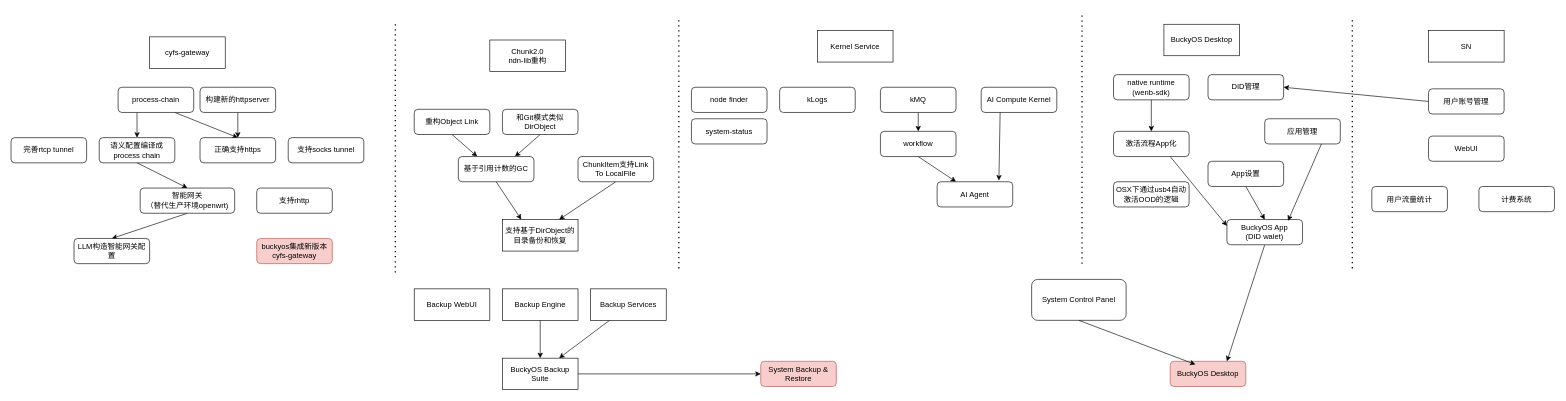
Above: doc/Beta1 plan.drawio in buckyos/buckyos (draw.io), before the change. Source tidied: cells renumbered, new cells numbered last; positions are measured from the earlier drawing's top-left corner, leaving out a move shared by most shapes. Both pictures are drawn from the tidied source at 63%, with x=0, y=0 at pixel (11, 14).
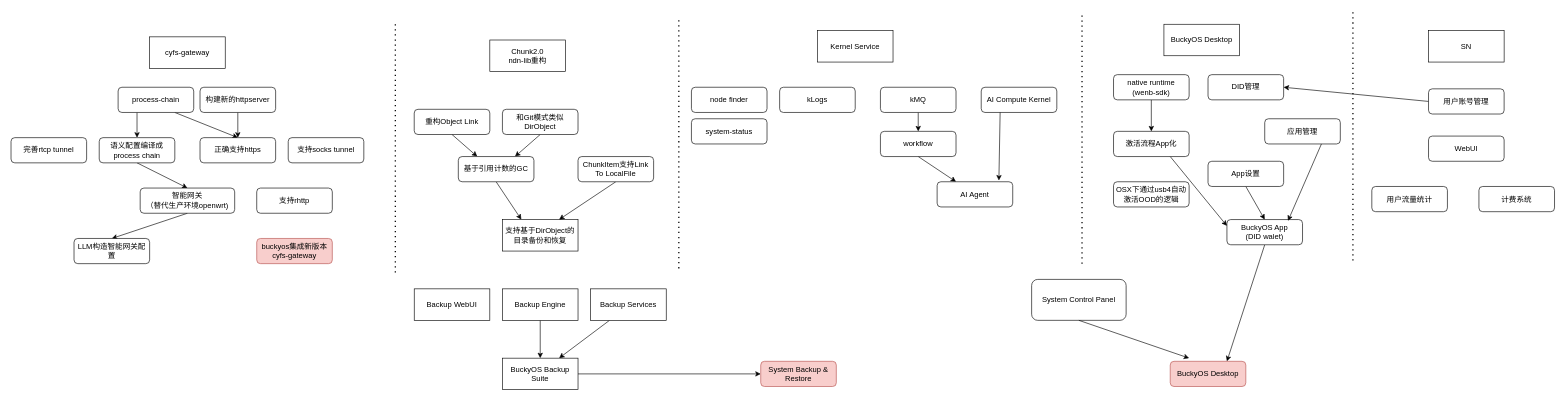
Above is the later version.

Unchanged cells that the change refers to:
```xml
<mxCell id="65" value="System Control Panel" style="rounded=1;whiteSpace=wrap;html=1;" parent="1" vertex="1">
  <mxGeometry x="1620" y="420" width="150" height="65" as="geometry" />
</mxCell>
<mxCell id="70" value="BuckyOS Desktop" style="rounded=1;whiteSpace=wrap;html=1;fillColor=#f8cecc;strokeColor=#b85450;" parent="1" vertex="1">
  <mxGeometry x="1840" y="550" width="120" height="40" as="geometry" />
</mxCell>
```

Diff of the diagram source:
```diff
@@
     <mxCell id="49" style="endArrow=none;dashed=1;html=1;dashPattern=1 3;strokeWidth=2;" parent="1" edge="1">
       <mxGeometry relative="1" as="geometry">
-        <mxPoint x="2129" y="402.5" as="sourcePoint" />
-        <mxPoint x="2129" y="7.5" as="targetPoint" />
+        <mxPoint x="2130" y="390" as="sourcePoint" />
+        <mxPoint x="2130" y="-5" as="targetPoint" />
       </mxGeometry>
     </mxCell>
@@
-    <mxCell id="71" style="edgeStyle=none;html=1;exitX=0.5;exitY=1;exitDx=0;exitDy=0;entryX=0.333;entryY=0.125;entryDx=0;entryDy=0;entryPerimeter=0;" parent="1" edge="1" source="65" target="70">
-      <mxGeometry relative="1" as="geometry" />
+    <mxCell id="71" style="edgeStyle=none;html=1;exitX=0.5;exitY=1;exitDx=0;exitDy=0;" parent="1" edge="1" source="65">
+      <mxGeometry relative="1" as="geometry">
+        <mxPoint x="1870" y="545" as="targetPoint" />
+      </mxGeometry>
     </mxCell>
```
